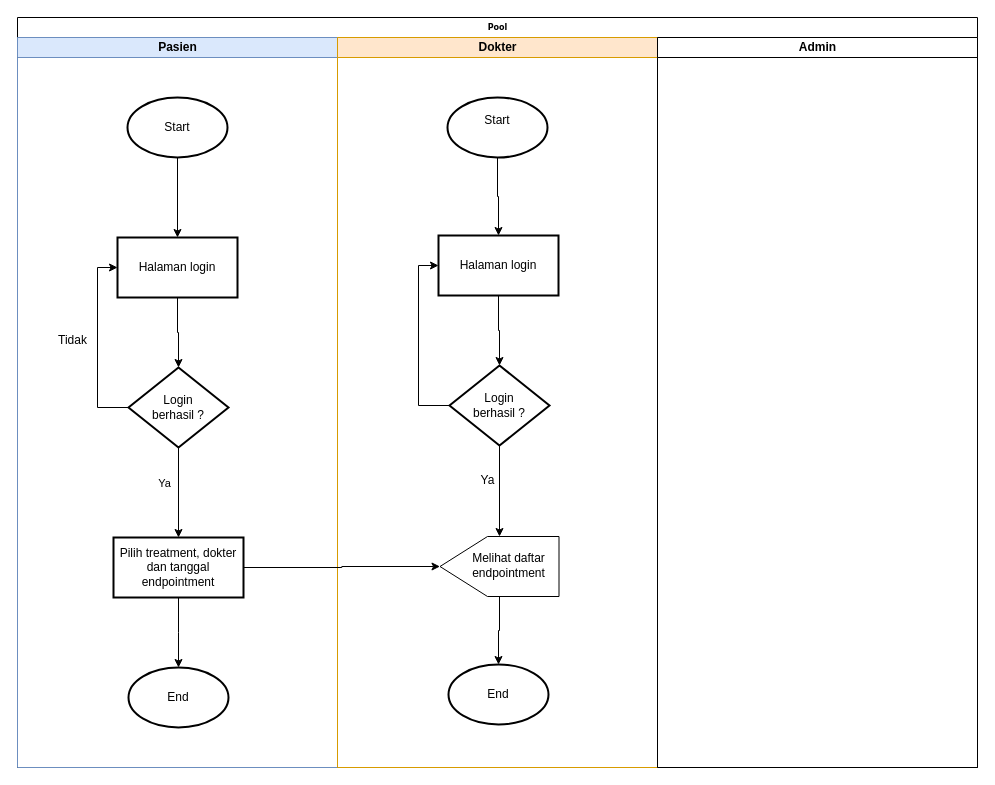
Above: Untitled Diagram.drawio in saiful-akbar/pendaftaran-klinik-online (draw.io), before the change. Source tidied: cells renumbered, new cells numbered last; positions are measured from the earlier drawing's top-left corner, leaving out a move shared by most shapes. Both pictures are drawn from the tidied source at 100%, with x=0, y=0 at pixel (17, 17).
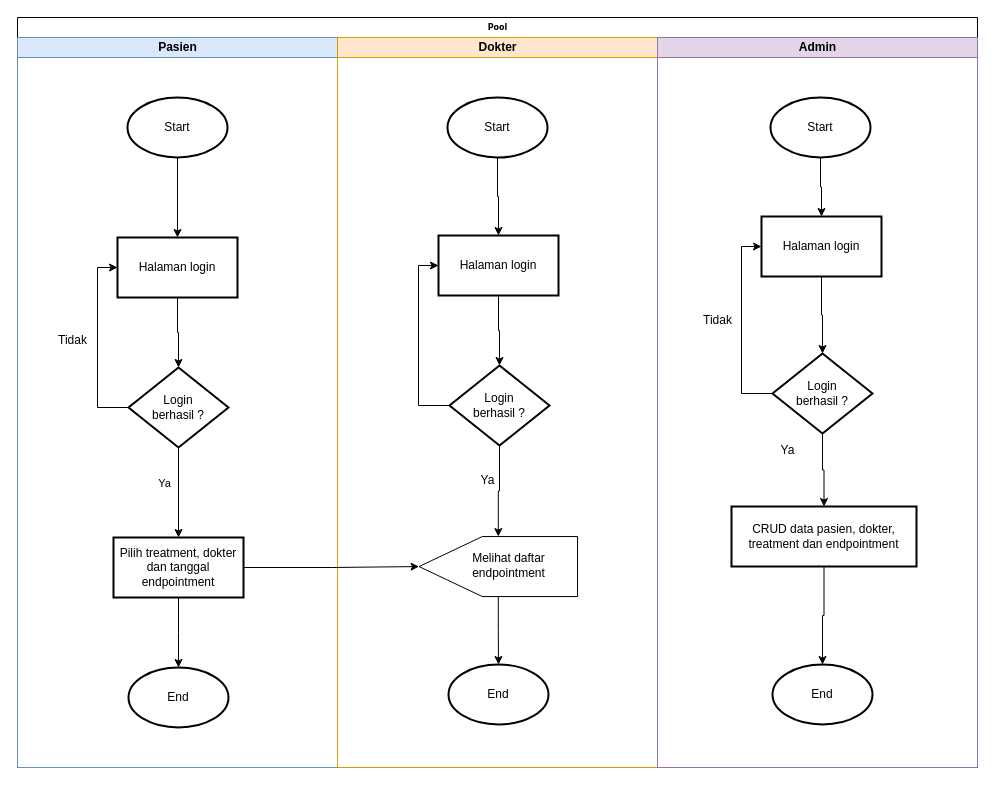
After the change.

The change refers to these unchanged cells:
```xml
<mxCell id="2" value="Pool" style="swimlane;html=1;startSize=20;rounded=0;shadow=0;labelBackgroundColor=none;strokeWidth=1;fontFamily=Verdana;fontSize=8;align=center;" parent="1" vertex="1">
  <mxGeometry width="960" height="750" as="geometry" />
</mxCell>
<mxCell id="16" value="Dokter" style="swimlane;html=1;startSize=20;fillColor=#ffe6cc;strokeColor=#d79b00;" parent="2" vertex="1">
  <mxGeometry x="320" y="20" width="320" height="730" as="geometry" />
</mxCell>
```

Diff of the diagram source:
```diff
@@
-    <mxCell id="17" value="Start&lt;div&gt;&lt;br&gt;&lt;/div&gt;" style="strokeWidth=2;html=1;shape=mxgraph.flowchart.start_1;whiteSpace=wrap;" parent="16" vertex="1">
+    <mxCell id="17" value="Start" style="strokeWidth=2;html=1;shape=mxgraph.flowchart.start_1;whiteSpace=wrap;" parent="16" vertex="1">
       <mxGeometry x="110" y="60" width="100" height="60" as="geometry" />
     </mxCell>
     <mxCell id="18" style="verticalLabelPosition=bottom;verticalAlign=top;html=1;shape=offPageConnector;rounded=0;size=0.39915966386554624;rotation=90;" parent="16" vertex="1">
-      <mxGeometry x="132" y="469.5" width="60" height="119" as="geometry" />
+      <mxGeometry x="130.8" y="449.8" width="60" height="158.5" as="geometry" />
     </mxCell>
@@
-    <mxCell id="20" value="Admin" style="swimlane;html=1;startSize=20;" parent="2" vertex="1">
+    <mxCell id="20" value="Admin" style="swimlane;html=1;startSize=20;fillColor=#e1d5e7;strokeColor=#9673a6;" parent="2" vertex="1">
       <mxGeometry x="640" y="20" width="320" height="730" as="geometry" />
     </mxCell>
+    <mxCell id="31" style="edgeStyle=orthogonalEdgeStyle;rounded=0;jettySize=auto;html=1;" parent="20" edge="1" source="32" target="33">
+      <mxGeometry relative="1" as="geometry" />
+    </mxCell>
+    <mxCell id="32" value="CRUD data pasien, dokter, treatment dan endpointment" style="whiteSpace=wrap;html=1;strokeWidth=2;" parent="20" vertex="1">
+      <mxGeometry x="74" y="469" width="185" height="60" as="geometry" />
+    </mxCell>
+    <mxCell id="33" value="End" style="strokeWidth=2;html=1;shape=mxgraph.flowchart.start_1;whiteSpace=wrap;" parent="20" vertex="1">
+      <mxGeometry x="115" y="627" width="100" height="60" as="geometry" />
+    </mxCell>
@@
+    <mxCell id="34" value="Start" style="strokeWidth=2;html=1;shape=mxgraph.flowchart.start_1;whiteSpace=wrap;" parent="1" vertex="1">
+      <mxGeometry x="753" y="80" width="100" height="60" as="geometry" />
+    </mxCell>
+    <mxCell id="35" style="edgeStyle=orthogonalEdgeStyle;rounded=0;jettySize=auto;html=1;" parent="1" edge="1" source="36" target="39">
+      <mxGeometry relative="1" as="geometry" />
+    </mxCell>
+    <mxCell id="36" value="Halaman login" style="whiteSpace=wrap;html=1;strokeWidth=2;" parent="1" vertex="1">
+      <mxGeometry x="744" y="199" width="120" height="60" as="geometry" />
+    </mxCell>
+    <mxCell id="37" style="edgeStyle=orthogonalEdgeStyle;rounded=0;jettySize=auto;html=1;exitX=0;exitY=0.5;exitDx=0;exitDy=0;entryX=0;entryY=0.5;entryDx=0;entryDy=0;" parent="1" edge="1" source="39" target="36">
+      <mxGeometry relative="1" as="geometry" />
+    </mxCell>
+    <mxCell id="38" style="edgeStyle=orthogonalEdgeStyle;rounded=0;jettySize=auto;html=1;" parent="1" edge="1" source="39" target="32">
+      <mxGeometry relative="1" as="geometry" />
+    </mxCell>
+    <mxCell id="39" value="Login&lt;div&gt;berhasil ?&lt;/div&gt;" style="rhombus;whiteSpace=wrap;html=1;strokeWidth=2;" parent="1" vertex="1">
+      <mxGeometry x="755" y="336" width="100" height="80" as="geometry" />
+    </mxCell>
+    <mxCell id="40" style="edgeStyle=orthogonalEdgeStyle;rounded=0;jettySize=auto;html=1;" parent="1" edge="1" source="34" target="36">
+      <mxGeometry relative="1" as="geometry" />
+    </mxCell>
+    <mxCell id="41" value="Tidak" style="text;html=1;align=center;verticalAlign=middle;strokeColor=none;fillColor=none;" parent="1" vertex="1">
+      <mxGeometry x="675" y="288" width="50" height="30" as="geometry" />
+    </mxCell>
+    <mxCell id="42" value="Ya" style="text;html=1;align=center;verticalAlign=middle;strokeColor=none;fillColor=none;" parent="1" vertex="1">
+      <mxGeometry x="750" y="418" width="40" height="30" as="geometry" />
+    </mxCell>
```
